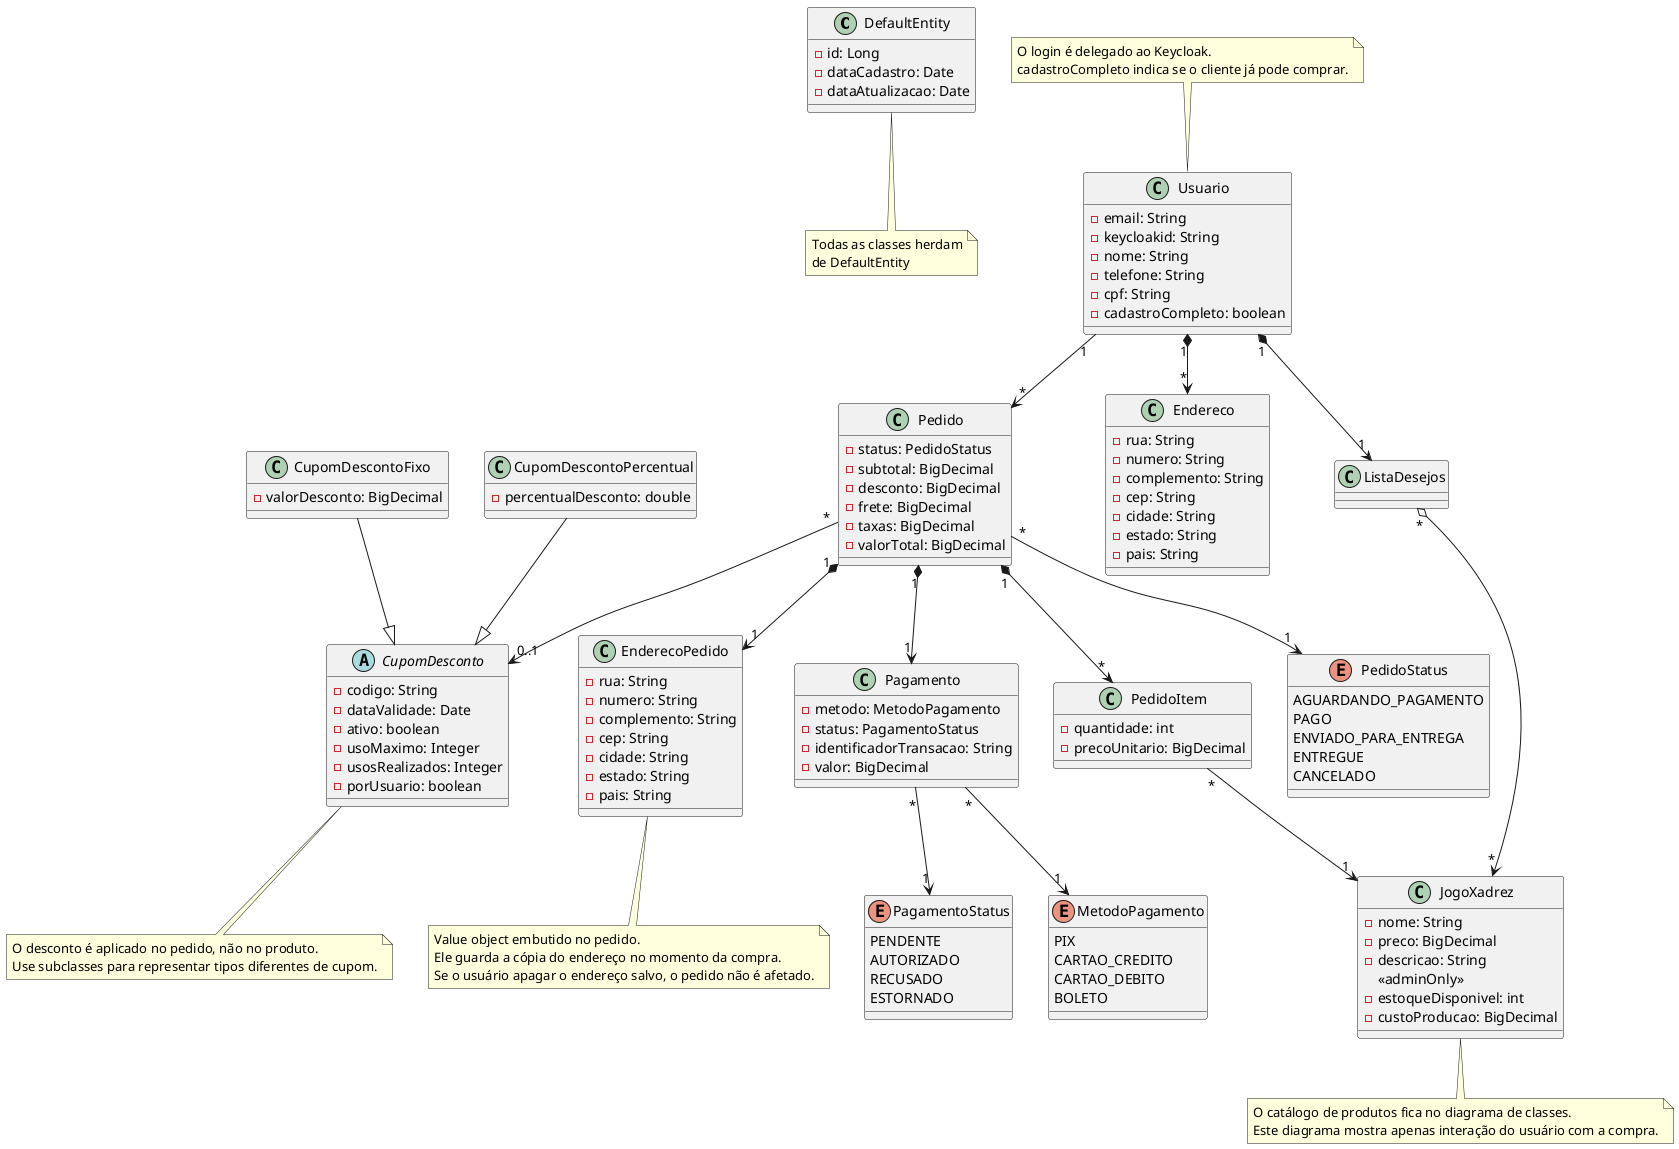
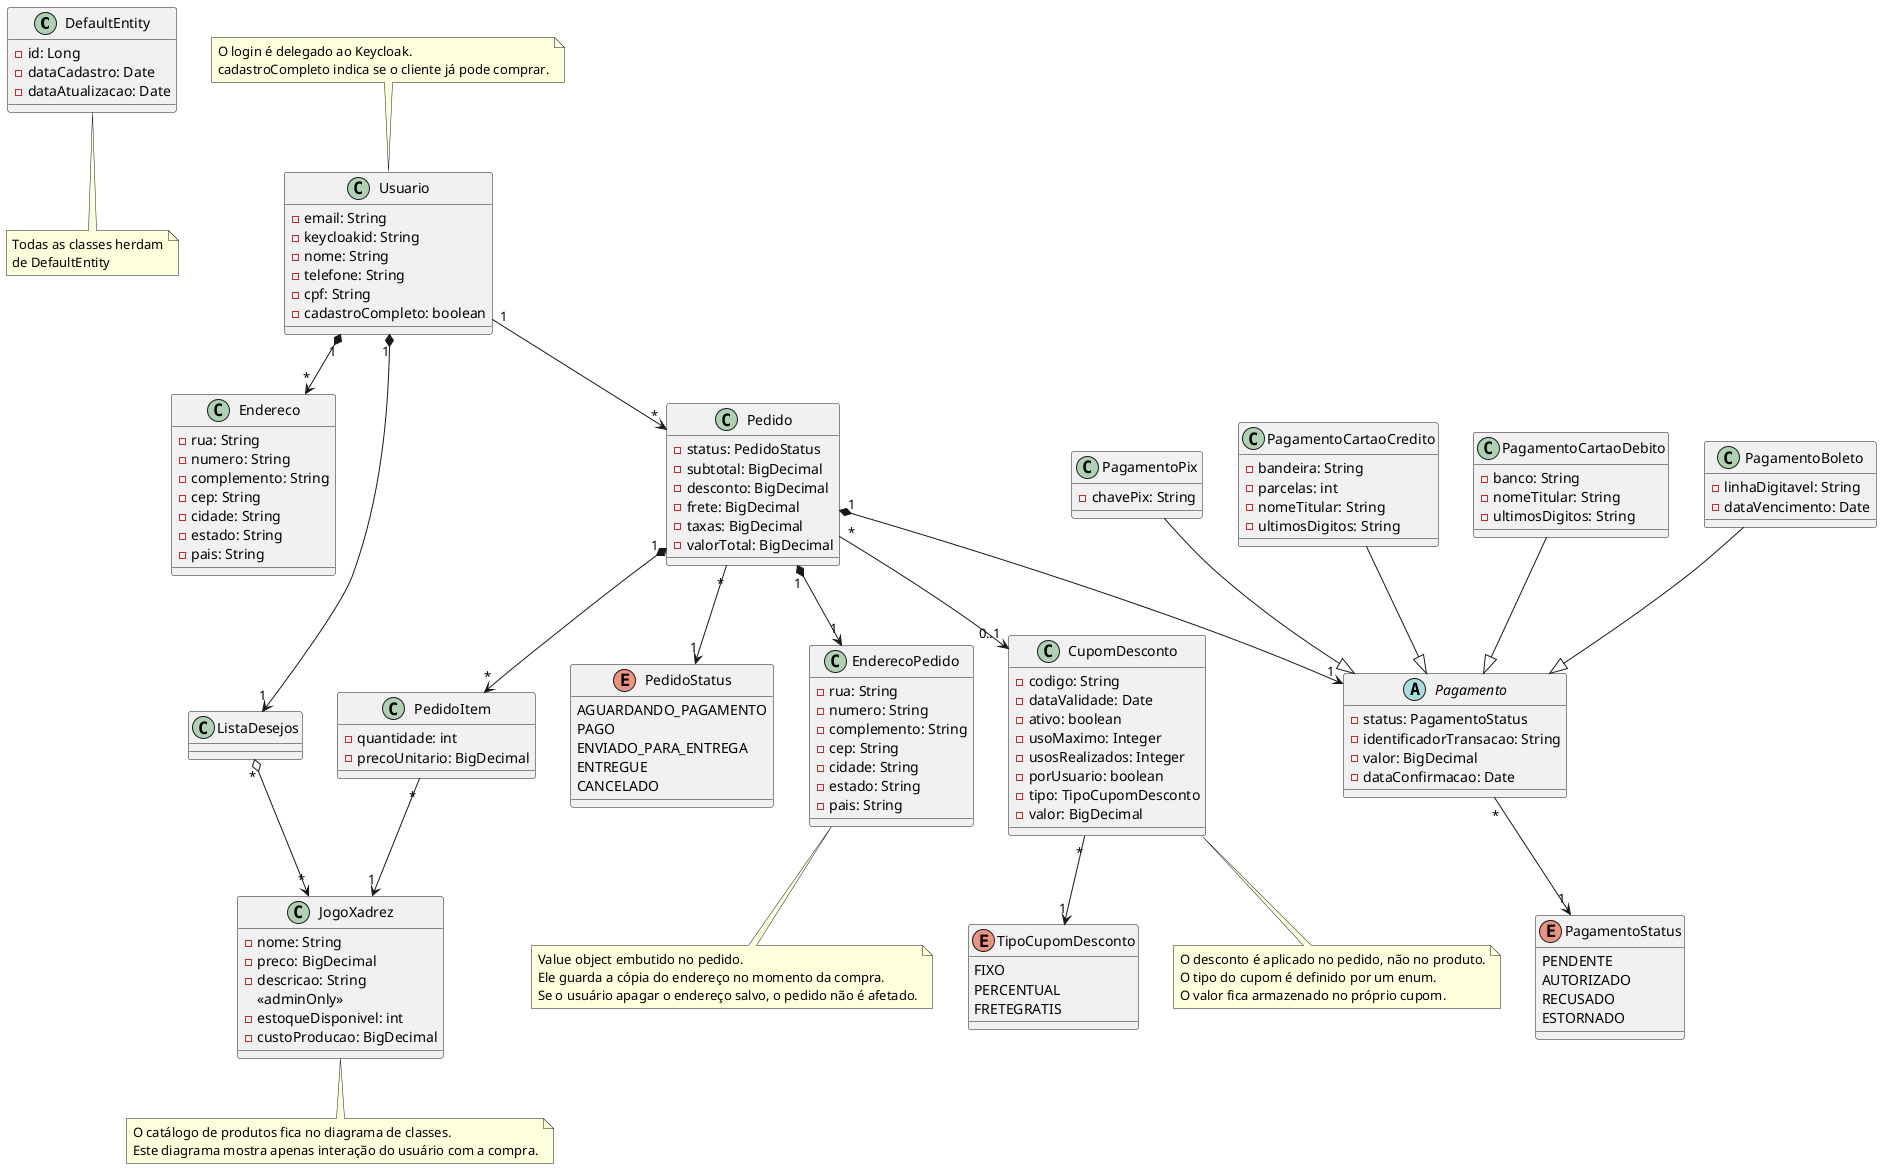
@startuml EComerce

class DefaultEntity {
  - id: Long
  - dataCadastro: Date
  - dataAtualizacao: Date
}

class Usuario {
  - email: String
  - keycloakid: String
  - nome: String
  - telefone: String
  - cpf: String
  - cadastroCompleto: boolean
}

class Endereco {
  - rua: String
  - numero: String
  - complemento: String
  - cep: String
  - cidade: String
  - estado: String
  - pais: String
}

class ListaDesejos {
}

class Pedido {
  - status: PedidoStatus
  - subtotal: BigDecimal
  - desconto: BigDecimal
  - frete: BigDecimal
  - taxas: BigDecimal
  - valorTotal: BigDecimal
}

enum PedidoStatus {
  AGUARDANDO_PAGAMENTO
  PAGO
  ENVIADO_PARA_ENTREGA
  ENTREGUE
  CANCELADO
}

class EnderecoPedido {
  - rua: String
  - numero: String
  - complemento: String
  - cep: String
  - cidade: String
  - estado: String
  - pais: String
}

- enum MetodoPagamento {
-   PIX
-   CARTAO_CREDITO
-   CARTAO_DEBITO
-   BOLETO
- }
- 
enum PagamentoStatus {
  PENDENTE
  AUTORIZADO
  RECUSADO
  ESTORNADO
}

- class Pagamento {
-   - metodo: MetodoPagamento
+ abstract class Pagamento {
  - status: PagamentoStatus
  - identificadorTransacao: String
  - valor: BigDecimal
+   - dataConfirmacao: Date
}
+ 
+ class PagamentoPix {
+   - chavePix: String
+ }
+ 
+ class PagamentoCartaoCredito {
+   - bandeira: String
+   - parcelas: int
+   - nomeTitular: String
+   - ultimosDigitos: String
+ }
+ 
+ class PagamentoCartaoDebito {
+   - banco: String
+   - nomeTitular: String
+   - ultimosDigitos: String
+ }
+ 
+ class PagamentoBoleto {
+   - linhaDigitavel: String
+   - dataVencimento: Date
+ }
+ 
+ PagamentoPix --|> Pagamento
+ PagamentoCartaoCredito --|> Pagamento
+ PagamentoCartaoDebito --|> Pagamento
+ PagamentoBoleto --|> Pagamento

class PedidoItem {
  - quantidade: int
  - precoUnitario: BigDecimal
}

class JogoXadrez {
  - nome: String
  - preco: BigDecimal
  - descricao: String
  <<adminOnly>>
  - estoqueDisponivel: int
  - custoProducao: BigDecimal
}

- abstract class CupomDesconto {
+ class CupomDesconto {
  - codigo: String
  - dataValidade: Date
  - ativo: boolean
  - usoMaximo: Integer
  - usosRealizados: Integer
  - porUsuario: boolean
+   - tipo: TipoCupomDesconto
+   - valor: BigDecimal
}

- class CupomDescontoPercentual {
-   - percentualDesconto: double
+ enum TipoCupomDesconto {
+   FIXO
+   PERCENTUAL
+   FRETEGRATIS
}
- 
- class CupomDescontoFixo {
-   - valorDesconto: BigDecimal
- }
- 
- CupomDescontoPercentual --|> CupomDesconto
- CupomDescontoFixo --|> CupomDesconto

' --- CORREÇÕES DE RELACIONAMENTOS E CARDINALIDADES ---

Usuario "1" *--> "*" Endereco
Usuario "1" *--> "1" ListaDesejos
Usuario "1" --> "*" Pedido

' Ajustado para Muitos-para-Muitos:
ListaDesejos "*" o--> "*" JogoXadrez

Pedido "1" *--> "*" PedidoItem
PedidoItem "*" --> "1" JogoXadrez
Pedido "1" *--> "1" EnderecoPedido
Pedido "1" *--> "1" Pagamento

' Ajustado: Muitos pedidos podem usar 1 cupom:
Pedido "*" --> "0..1" CupomDesconto

' Ajustado: Muitos pedidos/pagamentos podem ter o mesmo status/método:
Pedido "*" --> "1" PedidoStatus
- Pagamento "*" --> "1" MetodoPagamento
Pagamento "*" --> "1" PagamentoStatus
+ CupomDesconto "*" --> "1" TipoCupomDesconto

note bottom of DefaultEntity
  Todas as classes herdam
  de DefaultEntity
end note

note top of Usuario
  O login é delegado ao Keycloak.
  cadastroCompleto indica se o cliente já pode comprar.
end note

note bottom of EnderecoPedido
  Value object embutido no pedido.
  Ele guarda a cópia do endereço no momento da compra.
  Se o usuário apagar o endereço salvo, o pedido não é afetado.
end note

note bottom of JogoXadrez
  O catálogo de produtos fica no diagrama de classes.
  Este diagrama mostra apenas interação do usuário com a compra.
end note

note bottom of CupomDesconto
  O desconto é aplicado no pedido, não no produto.
-   Use subclasses para representar tipos diferentes de cupom.
+   O tipo do cupom é definido por um enum.
+   O valor fica armazenado no próprio cupom.
end note

@enduml